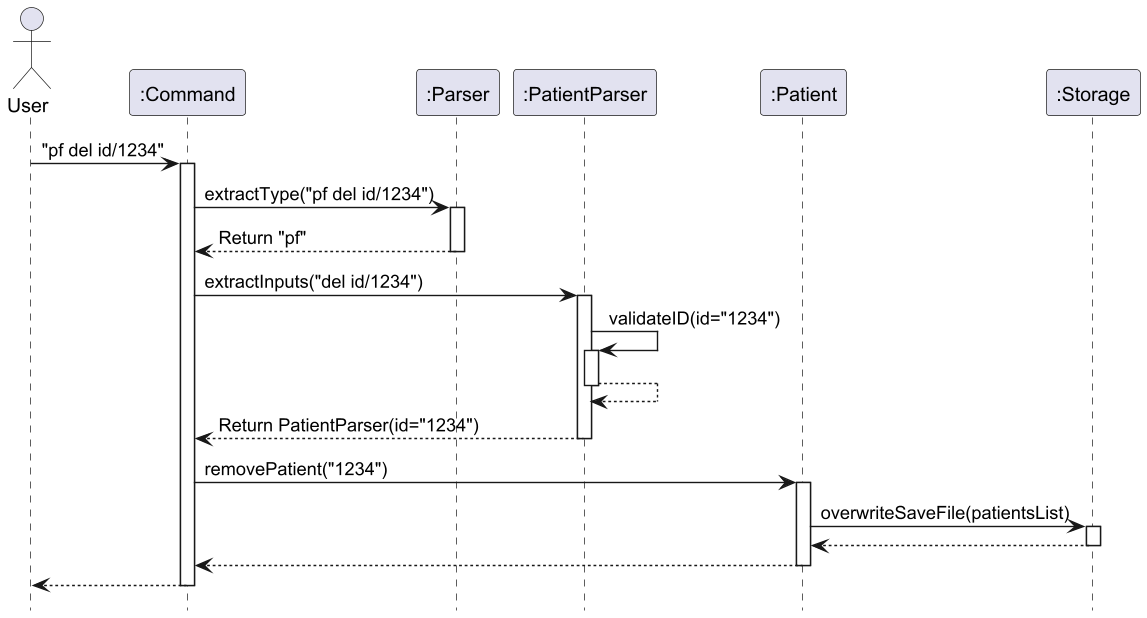
Above: docs/assets/patientImages/removePatientSequenceDiagram.png in AY2425S2-CS2113-T11b-3/tp (PlantUML), before the change.
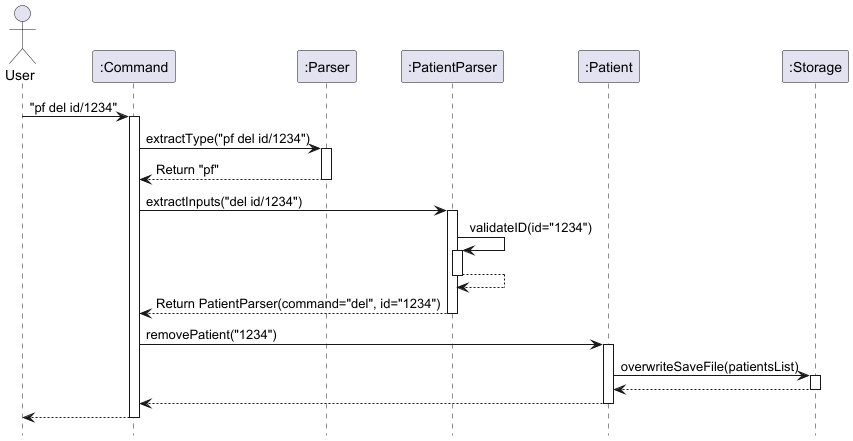
The same diagram one commit later.

Commit message:
Update DG for patient related classes

Change to the diagram source:
```diff
@@ -20,7 +20,7 @@
     activate PatientParser
     PatientParser --> PatientParser
     deactivate PatientParser
-    PatientParser --> Command : Return PatientParser(id="1234")
+    PatientParser --> Command : Return PatientParser(command="del", id="1234")
   deactivate PatientParser
     Command -> Patient : removePatient("1234")
   activate Patient
```
